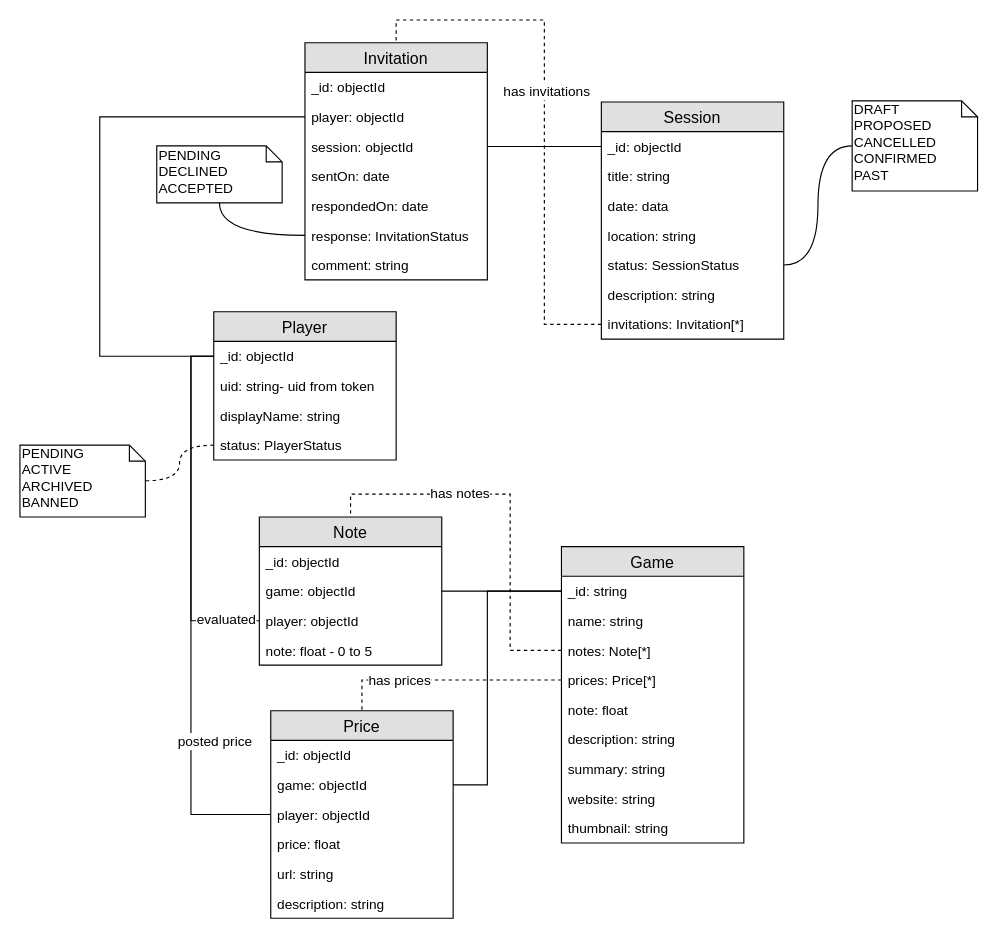
Before: models.drawio in Nakasar/mimir-api, a draw.io diagram. Source tidied: cells renumbered, new cells numbered last; positions are measured from the earlier drawing's top-left corner, leaving out a move shared by most shapes. Both pictures are drawn from the tidied source at 114%, with x=0, y=0 at pixel (19, 42).
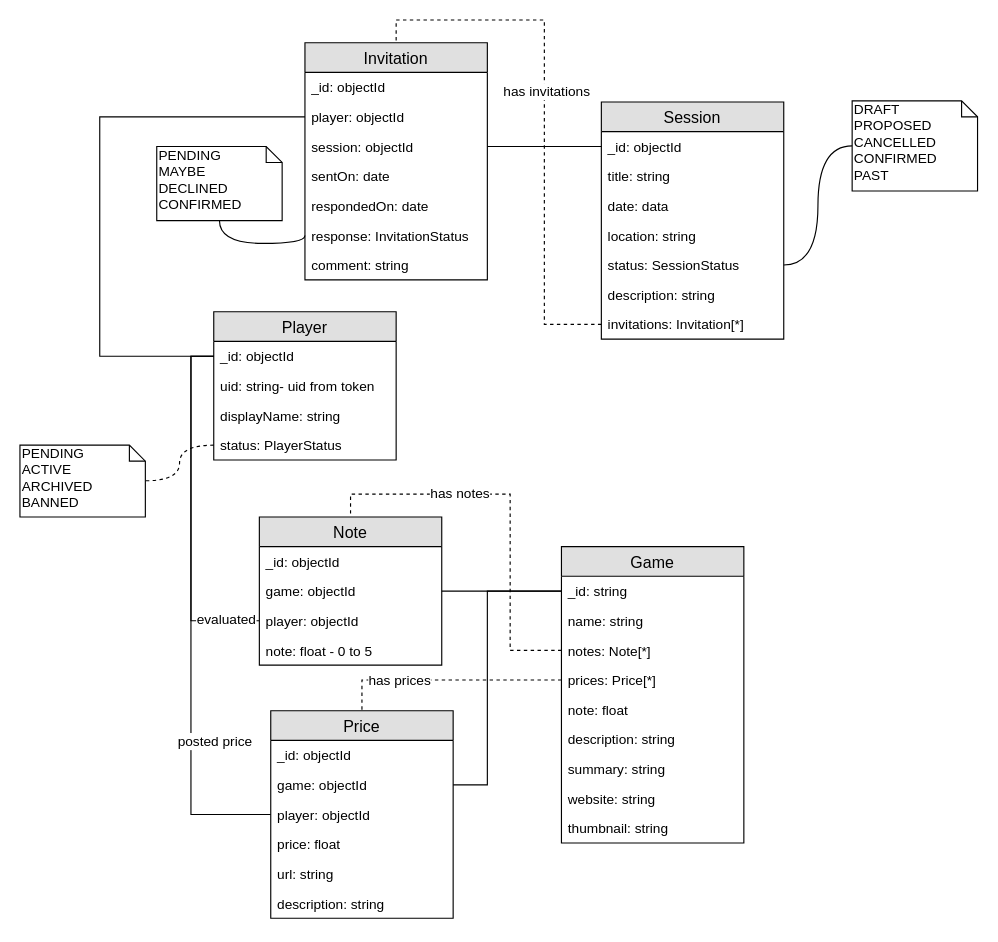
Above is the later version.

The edit, as a diff of the source:
```diff
@@
-    <mxCell id="60" value="PENDING&lt;br&gt;DECLINED&lt;br&gt;ACCEPTED&lt;br&gt;" style="shape=note;whiteSpace=wrap;html=1;size=14;verticalAlign=top;align=left;spacingTop=-6;" parent="1" vertex="1">
-      <mxGeometry x="120" y="90.5" width="110" height="50" as="geometry" />
+    <mxCell id="60" value="PENDING&lt;br&gt;MAYBE&lt;br&gt;DECLINED&lt;br&gt;CONFIRMED&lt;br&gt;" style="shape=note;whiteSpace=wrap;html=1;size=14;verticalAlign=top;align=left;spacingTop=-6;" parent="1" vertex="1">
+      <mxGeometry x="120" y="91" width="110" height="65" as="geometry" />
     </mxCell>
```
